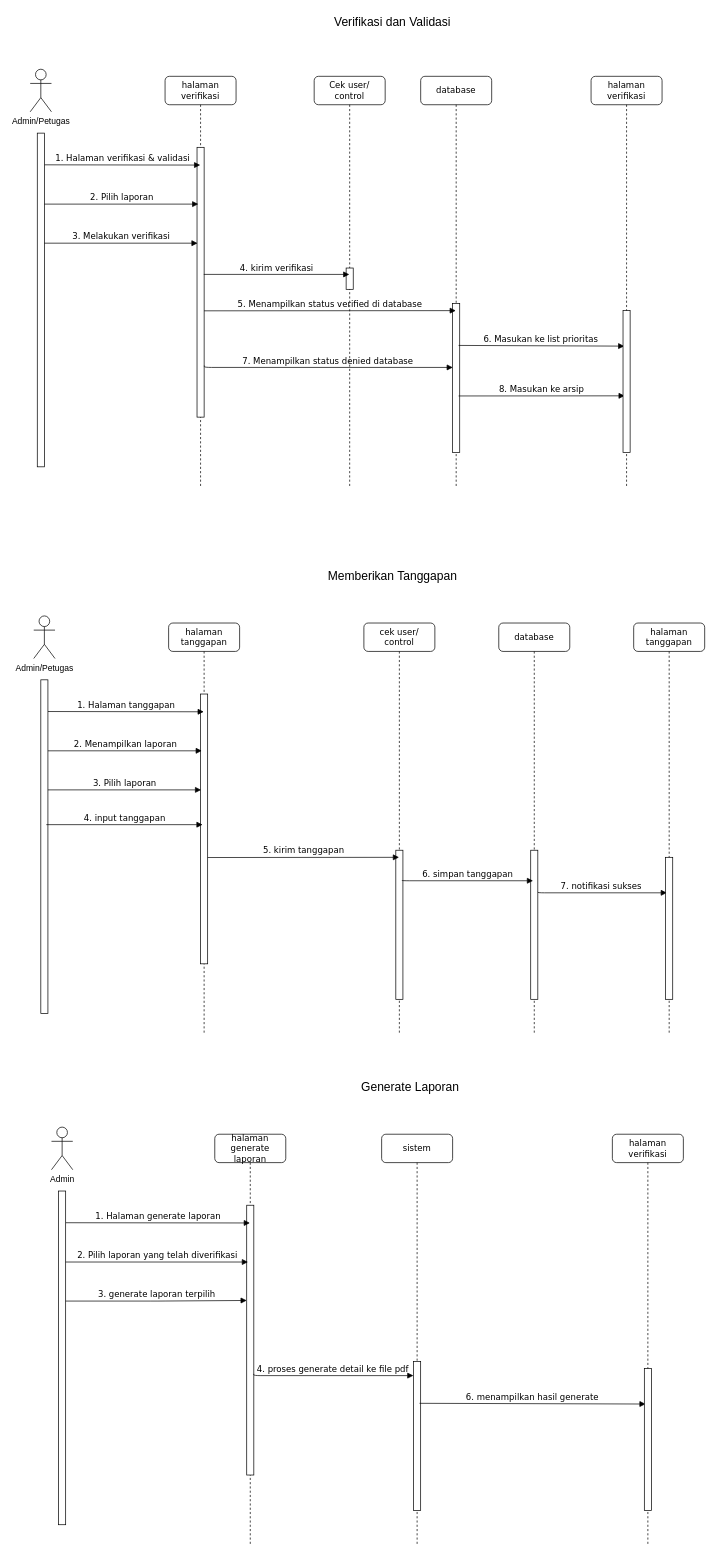
Mahklvk/laporanMasyarakatPreparation keeps this draw.io diagram as sequencee.drawio. Above is the earlier version. Source tidied: cells renumbered, new cells numbered last; positions are measured from the earlier drawing's top-left corner, leaving out a move shared by most shapes. Both pictures are drawn from the tidied source at 71%, with x=0, y=0 at pixel (30, 12).
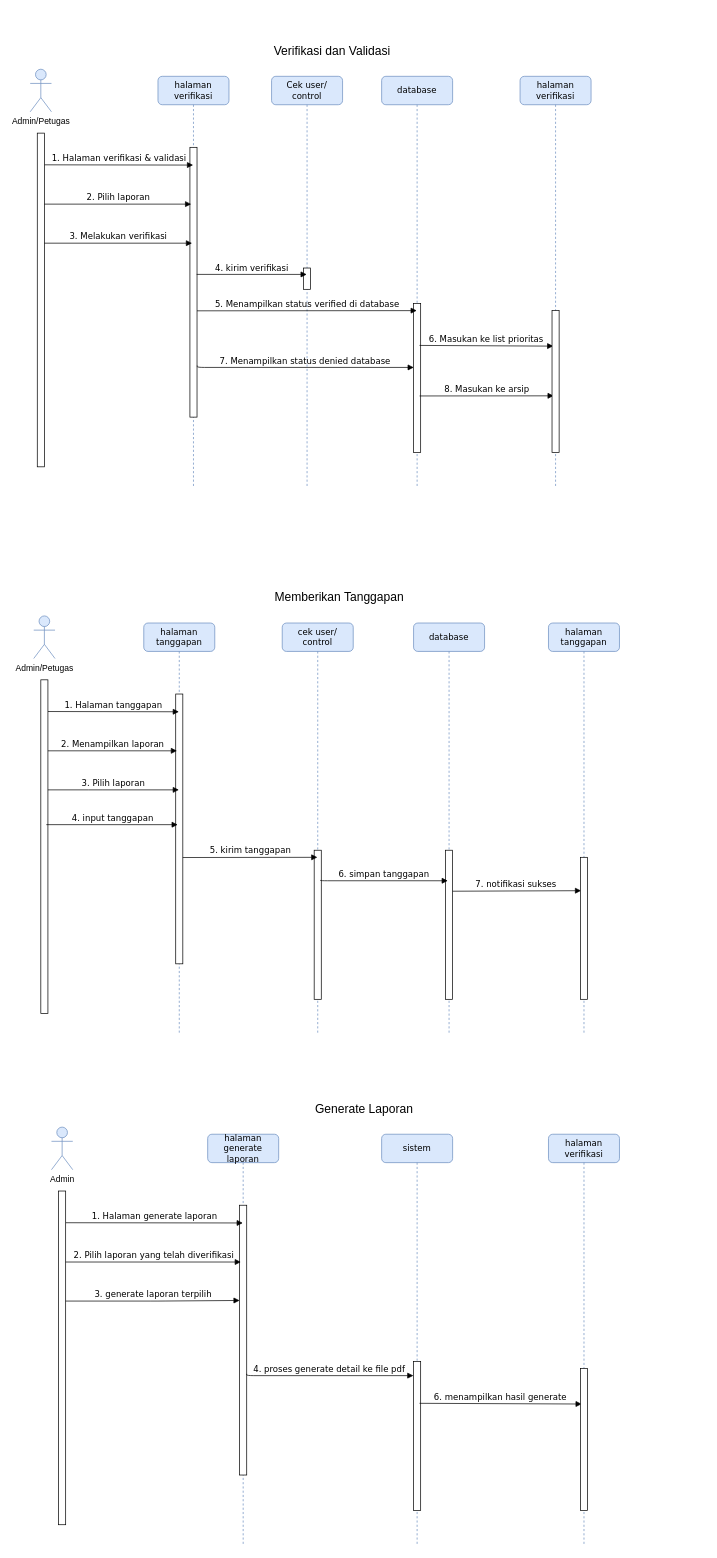
The same diagram, later.

The change refers to these unchanged cells:
```xml
<mxCell id="5" style="html=1;points=[];perimeter=orthogonalPerimeter;rounded=0;shadow=0;comic=0;labelBackgroundColor=none;strokeWidth=1;fontFamily=Verdana;fontSize=12;align=center;" parent="4" vertex="1">
  <mxGeometry x="45" y="320" width="10" height="210" as="geometry" />
</mxCell>
<mxCell id="7" style="html=1;points=[];perimeter=orthogonalPerimeter;rounded=0;shadow=0;comic=0;labelBackgroundColor=none;strokeWidth=1;fontFamily=Verdana;fontSize=12;align=center;" parent="6" vertex="1">
  <mxGeometry x="45" y="100" width="10" height="380" as="geometry" />
</mxCell>
<mxCell id="21" style="html=1;points=[];perimeter=orthogonalPerimeter;rounded=0;shadow=0;comic=0;labelBackgroundColor=none;strokeWidth=1;fontFamily=Verdana;fontSize=12;align=center;" parent="20" vertex="1">
  <mxGeometry x="45" y="330" width="10" height="200" as="geometry" />
</mxCell>
<mxCell id="25" style="html=1;points=[];perimeter=orthogonalPerimeter;rounded=0;shadow=0;comic=0;labelBackgroundColor=none;strokeWidth=1;fontFamily=Verdana;fontSize=12;align=center;" parent="24" vertex="1">
  <mxGeometry x="45" y="320" width="10" height="210" as="geometry" />
</mxCell>
<mxCell id="37" style="html=1;points=[];perimeter=orthogonalPerimeter;rounded=0;shadow=0;comic=0;labelBackgroundColor=none;strokeWidth=1;fontFamily=Verdana;fontSize=12;align=center;" parent="36" vertex="1">
  <mxGeometry x="45" y="330" width="10" height="200" as="geometry" />
</mxCell>
<mxCell id="40" style="html=1;points=[];perimeter=orthogonalPerimeter;rounded=0;shadow=0;comic=0;labelBackgroundColor=none;strokeWidth=1;fontFamily=Verdana;fontSize=12;align=center;" parent="39" vertex="1">
  <mxGeometry x="45" y="320" width="10" height="210" as="geometry" />
</mxCell>
<mxCell id="50" style="html=1;points=[];perimeter=orthogonalPerimeter;rounded=0;shadow=0;comic=0;labelBackgroundColor=none;strokeWidth=1;fontFamily=Verdana;fontSize=12;align=center;" parent="49" vertex="1">
  <mxGeometry x="45" y="330" width="10" height="200" as="geometry" />
</mxCell>
<mxCell id="52" style="html=1;points=[];perimeter=orthogonalPerimeter;rounded=0;shadow=0;comic=0;labelBackgroundColor=none;strokeWidth=1;fontFamily=Verdana;fontSize=12;align=center;" parent="51" vertex="1">
  <mxGeometry x="45" y="320" width="10" height="210" as="geometry" />
</mxCell>
```

What changed in the source:
```diff
@@
-    <mxCell id="2" value="Cek user/ control" style="shape=umlLifeline;perimeter=lifelinePerimeter;whiteSpace=wrap;html=1;outlineConnect=0;rounded=1;shadow=0;comic=0;labelBackgroundColor=none;strokeWidth=1;fontFamily=Verdana;fontSize=12;align=center;" parent="1" vertex="1">
-      <mxGeometry x="400" y="90" width="100" height="580" as="geometry" />
+    <mxCell id="2" value="Cek user/ control" style="shape=umlLifeline;perimeter=lifelinePerimeter;whiteSpace=wrap;html=1;outlineConnect=0;rounded=1;shadow=0;comic=0;labelBackgroundColor=none;strokeWidth=1;fontFamily=Verdana;fontSize=12;align=center;fillColor=#dae8fc;strokeColor=#6c8ebf;" parent="1" vertex="1">
+      <mxGeometry x="340" y="90" width="100" height="580" as="geometry" />
     </mxCell>
@@
-    <mxCell id="4" value="database" style="shape=umlLifeline;perimeter=lifelinePerimeter;whiteSpace=wrap;html=1;outlineConnect=0;rounded=1;shadow=0;comic=0;labelBackgroundColor=none;strokeWidth=1;fontFamily=Verdana;fontSize=12;align=center;" parent="1" vertex="1">
-      <mxGeometry x="550" y="90" width="100" height="580" as="geometry" />
+    <mxCell id="4" value="database" style="shape=umlLifeline;perimeter=lifelinePerimeter;whiteSpace=wrap;html=1;outlineConnect=0;rounded=1;shadow=0;comic=0;labelBackgroundColor=none;strokeWidth=1;fontFamily=Verdana;fontSize=12;align=center;fillColor=#dae8fc;strokeColor=#6c8ebf;" parent="1" vertex="1">
+      <mxGeometry x="495" y="90" width="100" height="580" as="geometry" />
     </mxCell>
@@
-    <mxCell id="6" value="halaman verifikasi" style="shape=umlLifeline;perimeter=lifelinePerimeter;whiteSpace=wrap;html=1;outlineConnect=0;rounded=1;shadow=0;comic=0;labelBackgroundColor=none;strokeWidth=1;fontFamily=Verdana;fontSize=12;align=center;" parent="1" vertex="1">
-      <mxGeometry x="190" y="90" width="100" height="580" as="geometry" />
+    <mxCell id="6" value="halaman verifikasi" style="shape=umlLifeline;perimeter=lifelinePerimeter;whiteSpace=wrap;html=1;outlineConnect=0;rounded=1;shadow=0;comic=0;labelBackgroundColor=none;strokeWidth=1;fontFamily=Verdana;fontSize=12;align=center;fillColor=#dae8fc;strokeColor=#6c8ebf;" parent="1" vertex="1">
+      <mxGeometry x="180" y="90" width="100" height="580" as="geometry" />
     </mxCell>
@@
-    <mxCell id="9" value="Admin/Petugas" style="shape=umlActor;verticalLabelPosition=bottom;verticalAlign=top;html=1;" parent="1" vertex="1">
+    <mxCell id="9" value="Admin/Petugas" style="shape=umlActor;verticalLabelPosition=bottom;verticalAlign=top;html=1;fillColor=#dae8fc;strokeColor=#6c8ebf;" parent="1" vertex="1">
       <mxGeometry y="80" width="30" height="60" as="geometry" />
     </mxCell>
@@
     <mxCell id="13" value="&lt;span style=&quot;font-size: 17px;&quot;&gt;Verifikasi dan Validasi&lt;/span&gt;" style="text;html=1;align=center;verticalAlign=middle;strokeColor=none;fillColor=none;" parent="1" vertex="1">
-      <mxGeometry x="415" width="190" height="30" as="geometry" />
+      <mxGeometry x="330" y="40" width="190" height="30" as="geometry" />
     </mxCell>
-    <mxCell id="14" value="3. Melakukan verifikasi" style="html=1;verticalAlign=bottom;endArrow=block;labelBackgroundColor=none;fontFamily=Verdana;fontSize=12;edgeStyle=elbowEdgeStyle;elbow=vertical;exitX=1.033;exitY=0.423;exitDx=0;exitDy=0;exitPerimeter=0;entryX=0.117;entryY=0.471;entryDx=0;entryDy=0;entryPerimeter=0;" parent="1" edge="1">
+    <mxCell id="14" value="3. Melakukan verifikasi" style="html=1;verticalAlign=bottom;endArrow=block;labelBackgroundColor=none;fontFamily=Verdana;fontSize=12;edgeStyle=elbowEdgeStyle;elbow=vertical;exitX=1.033;exitY=0.423;exitDx=0;exitDy=0;exitPerimeter=0;entryX=0.3;entryY=0.355;entryDx=0;entryDy=0;entryPerimeter=0;" parent="1" edge="1" target="7">
       <mxGeometry relative="1" as="geometry">
         <mxPoint x="20" y="325" as="sourcePoint" />
-        <mxPoint x="235.8" y="325.2" as="targetPoint" />
       </mxGeometry>
     </mxCell>
@@
     <mxCell id="18" value="6. Masukan ke list prioritas" style="html=1;verticalAlign=bottom;endArrow=block;labelBackgroundColor=none;fontFamily=Verdana;fontSize=12;edgeStyle=elbowEdgeStyle;elbow=vertical;exitX=0.841;exitY=0.281;exitDx=0;exitDy=0;exitPerimeter=0;entryX=0.178;entryY=0.251;entryDx=0;entryDy=0;entryPerimeter=0;" parent="1" edge="1" source="5" target="21">
-      <mxGeometry relative="1" as="geometry">
-        <Array as="points">
-          <mxPoint x="830" y="470" />
-        </Array>
-      </mxGeometry>
+      <mxGeometry relative="1" as="geometry" />
     </mxCell>
@@
-    <mxCell id="20" value="halaman verifikasi" style="shape=umlLifeline;perimeter=lifelinePerimeter;whiteSpace=wrap;html=1;rounded=1;shadow=0;comic=0;labelBackgroundColor=none;strokeWidth=1;fontFamily=Verdana;fontSize=12;align=center;" parent="1" vertex="1">
-      <mxGeometry x="790" y="90" width="100" height="580" as="geometry" />
+    <mxCell id="20" value="halaman verifikasi" style="shape=umlLifeline;perimeter=lifelinePerimeter;whiteSpace=wrap;html=1;rounded=1;shadow=0;comic=0;labelBackgroundColor=none;strokeWidth=1;fontFamily=Verdana;fontSize=12;align=center;fillColor=#dae8fc;strokeColor=#6c8ebf;" parent="1" vertex="1">
+      <mxGeometry x="690" y="90" width="100" height="580" as="geometry" />
     </mxCell>
@@
     <mxCell id="23" value="&lt;span style=&quot;font-size: 17px;&quot;&gt;Memberikan Tanggapan&lt;/span&gt;" style="text;html=1;align=center;verticalAlign=middle;strokeColor=none;fillColor=none;" parent="1" vertex="1">
-      <mxGeometry x="405" y="780" width="210" height="30" as="geometry" />
+      <mxGeometry x="330" y="810" width="210" height="30" as="geometry" />
     </mxCell>
-    <mxCell id="24" value="cek user/ control" style="shape=umlLifeline;perimeter=lifelinePerimeter;whiteSpace=wrap;html=1;outlineConnect=0;rounded=1;shadow=0;comic=0;labelBackgroundColor=none;strokeWidth=1;fontFamily=Verdana;fontSize=12;align=center;" parent="1" vertex="1">
-      <mxGeometry x="470" y="860" width="100" height="580" as="geometry" />
+    <mxCell id="24" value="cek user/ control" style="shape=umlLifeline;perimeter=lifelinePerimeter;whiteSpace=wrap;html=1;outlineConnect=0;rounded=1;shadow=0;comic=0;labelBackgroundColor=none;strokeWidth=1;fontFamily=Verdana;fontSize=12;align=center;fillColor=#dae8fc;strokeColor=#6c8ebf;" parent="1" vertex="1">
+      <mxGeometry x="355" y="860" width="100" height="580" as="geometry" />
     </mxCell>
@@
-    <mxCell id="26" value="halaman tanggapan" style="shape=umlLifeline;perimeter=lifelinePerimeter;whiteSpace=wrap;html=1;outlineConnect=0;rounded=1;shadow=0;comic=0;labelBackgroundColor=none;strokeWidth=1;fontFamily=Verdana;fontSize=12;align=center;" parent="1" vertex="1">
-      <mxGeometry x="195" y="860" width="100" height="580" as="geometry" />
+    <mxCell id="26" value="halaman tanggapan" style="shape=umlLifeline;perimeter=lifelinePerimeter;whiteSpace=wrap;html=1;outlineConnect=0;rounded=1;shadow=0;comic=0;labelBackgroundColor=none;strokeWidth=1;fontFamily=Verdana;fontSize=12;align=center;fillColor=#dae8fc;strokeColor=#6c8ebf;" parent="1" vertex="1">
+      <mxGeometry x="160" y="860" width="100" height="580" as="geometry" />
     </mxCell>
@@
-    <mxCell id="29" value="Admin/Petugas" style="shape=umlActor;verticalLabelPosition=bottom;verticalAlign=top;html=1;" parent="1" vertex="1">
+    <mxCell id="29" value="Admin/Petugas" style="shape=umlActor;verticalLabelPosition=bottom;verticalAlign=top;html=1;fillColor=#dae8fc;strokeColor=#6c8ebf;" parent="1" vertex="1">
       <mxGeometry x="5" y="850" width="30" height="60" as="geometry" />
     </mxCell>
@@
-    <mxCell id="33" value="3. Pilih laporan" style="html=1;verticalAlign=bottom;endArrow=block;labelBackgroundColor=none;fontFamily=Verdana;fontSize=12;edgeStyle=elbowEdgeStyle;elbow=vertical;exitX=1.033;exitY=0.423;exitDx=0;exitDy=0;exitPerimeter=0;entryX=0.117;entryY=0.471;entryDx=0;entryDy=0;entryPerimeter=0;" parent="1" edge="1">
+    <mxCell id="33" value="3. Pilih laporan" style="html=1;verticalAlign=bottom;endArrow=block;labelBackgroundColor=none;fontFamily=Verdana;fontSize=12;edgeStyle=elbowEdgeStyle;elbow=vertical;exitX=1.033;exitY=0.423;exitDx=0;exitDy=0;exitPerimeter=0;" parent="1" edge="1" target="26">
       <mxGeometry relative="1" as="geometry">
         <mxPoint x="25" y="1095" as="sourcePoint" />
-        <mxPoint x="240.8" y="1095.2" as="targetPoint" />
       </mxGeometry>
     </mxCell>
-    <mxCell id="34" value="7. notifikasi sukses" style="html=1;verticalAlign=bottom;endArrow=block;labelBackgroundColor=none;fontFamily=Verdana;fontSize=12;edgeStyle=elbowEdgeStyle;elbow=vertical;exitX=0.924;exitY=0.275;exitDx=0;exitDy=0;exitPerimeter=0;entryX=0.178;entryY=0.251;entryDx=0;entryDy=0;entryPerimeter=0;" parent="1" edge="1" source="52" target="37">
-      <mxGeometry relative="1" as="geometry">
-        <Array as="points">
-          <mxPoint x="835" y="1240" />
-        </Array>
-      </mxGeometry>
+    <mxCell id="34" value="7. notifikasi sukses" style="html=1;verticalAlign=bottom;endArrow=block;labelBackgroundColor=none;fontFamily=Verdana;fontSize=12;edgeStyle=elbowEdgeStyle;elbow=vertical;exitX=0.924;exitY=0.275;exitDx=0;exitDy=0;exitPerimeter=0;entryX=0.096;entryY=0.233;entryDx=0;entryDy=0;entryPerimeter=0;" parent="1" edge="1" source="52" target="37">
+      <mxGeometry relative="1" as="geometry" />
     </mxCell>
@@
-    <mxCell id="36" value="halaman tanggapan" style="shape=umlLifeline;perimeter=lifelinePerimeter;whiteSpace=wrap;html=1;rounded=1;shadow=0;comic=0;labelBackgroundColor=none;strokeWidth=1;fontFamily=Verdana;fontSize=12;align=center;" parent="1" vertex="1">
-      <mxGeometry x="850" y="860" width="100" height="580" as="geometry" />
+    <mxCell id="36" value="halaman tanggapan" style="shape=umlLifeline;perimeter=lifelinePerimeter;whiteSpace=wrap;html=1;rounded=1;shadow=0;comic=0;labelBackgroundColor=none;strokeWidth=1;fontFamily=Verdana;fontSize=12;align=center;fillColor=#dae8fc;strokeColor=#6c8ebf;" parent="1" vertex="1">
+      <mxGeometry x="730" y="860" width="100" height="580" as="geometry" />
     </mxCell>
@@
     <mxCell id="38" value="&lt;span style=&quot;font-size: 17px;&quot;&gt;Generate Laporan&lt;/span&gt;" style="text;html=1;align=center;verticalAlign=middle;strokeColor=none;fillColor=none;" parent="1" vertex="1">
-      <mxGeometry x="455" y="1500" width="160" height="30" as="geometry" />
+      <mxGeometry x="390" y="1530" width="160" height="30" as="geometry" />
     </mxCell>
-    <mxCell id="39" value="sistem" style="shape=umlLifeline;perimeter=lifelinePerimeter;whiteSpace=wrap;html=1;rounded=1;shadow=0;comic=0;labelBackgroundColor=none;strokeWidth=1;fontFamily=Verdana;fontSize=12;align=center;" parent="1" vertex="1">
+    <mxCell id="39" value="sistem" style="shape=umlLifeline;perimeter=lifelinePerimeter;whiteSpace=wrap;html=1;rounded=1;shadow=0;comic=0;labelBackgroundColor=none;strokeWidth=1;fontFamily=Verdana;fontSize=12;align=center;fillColor=#dae8fc;strokeColor=#6c8ebf;" parent="1" vertex="1">
       <mxGeometry x="495" y="1580" width="100" height="580" as="geometry" />
     </mxCell>
@@
-    <mxCell id="41" value="halaman&lt;div&gt;generate laporan&lt;/div&gt;" style="shape=umlLifeline;perimeter=lifelinePerimeter;whiteSpace=wrap;html=1;outlineConnect=0;rounded=1;shadow=0;comic=0;labelBackgroundColor=none;strokeWidth=1;fontFamily=Verdana;fontSize=12;align=center;" parent="1" vertex="1">
-      <mxGeometry x="260" y="1580" width="100" height="580" as="geometry" />
+    <mxCell id="41" value="halaman&lt;div&gt;generate laporan&lt;/div&gt;" style="shape=umlLifeline;perimeter=lifelinePerimeter;whiteSpace=wrap;html=1;outlineConnect=0;rounded=1;shadow=0;comic=0;labelBackgroundColor=none;strokeWidth=1;fontFamily=Verdana;fontSize=12;align=center;fillColor=#dae8fc;strokeColor=#6c8ebf;" parent="1" vertex="1">
+      <mxGeometry x="250" y="1580" width="100" height="580" as="geometry" />
     </mxCell>
@@
-    <mxCell id="44" value="Admin" style="shape=umlActor;verticalLabelPosition=bottom;verticalAlign=top;html=1;" parent="1" vertex="1">
+    <mxCell id="44" value="Admin" style="shape=umlActor;verticalLabelPosition=bottom;verticalAlign=top;html=1;fillColor=#dae8fc;strokeColor=#6c8ebf;" parent="1" vertex="1">
       <mxGeometry x="30" y="1570" width="30" height="60" as="geometry" />
     </mxCell>
@@
     <mxCell id="48" value="6. menampilkan hasil generate" style="html=1;verticalAlign=bottom;endArrow=block;labelBackgroundColor=none;fontFamily=Verdana;fontSize=12;edgeStyle=elbowEdgeStyle;elbow=vertical;exitX=0.841;exitY=0.281;exitDx=0;exitDy=0;exitPerimeter=0;entryX=0.178;entryY=0.251;entryDx=0;entryDy=0;entryPerimeter=0;" parent="1" edge="1" source="40" target="50">
-      <mxGeometry relative="1" as="geometry">
-        <Array as="points">
-          <mxPoint x="860" y="1960" />
-        </Array>
-      </mxGeometry>
+      <mxGeometry relative="1" as="geometry" />
     </mxCell>
-    <mxCell id="49" value="halaman verifikasi" style="shape=umlLifeline;perimeter=lifelinePerimeter;whiteSpace=wrap;html=1;rounded=1;shadow=0;comic=0;labelBackgroundColor=none;strokeWidth=1;fontFamily=Verdana;fontSize=12;align=center;" parent="1" vertex="1">
-      <mxGeometry x="820" y="1580" width="100" height="580" as="geometry" />
+    <mxCell id="49" value="halaman verifikasi" style="shape=umlLifeline;perimeter=lifelinePerimeter;whiteSpace=wrap;html=1;rounded=1;shadow=0;comic=0;labelBackgroundColor=none;strokeWidth=1;fontFamily=Verdana;fontSize=12;align=center;fillColor=#dae8fc;strokeColor=#6c8ebf;" parent="1" vertex="1">
+      <mxGeometry x="730" y="1580" width="100" height="580" as="geometry" />
     </mxCell>
@@
-    <mxCell id="51" value="database" style="shape=umlLifeline;perimeter=lifelinePerimeter;whiteSpace=wrap;html=1;rounded=1;shadow=0;comic=0;labelBackgroundColor=none;strokeWidth=1;fontFamily=Verdana;fontSize=12;align=center;" parent="1" vertex="1">
-      <mxGeometry x="660" y="860" width="100" height="580" as="geometry" />
+    <mxCell id="51" value="database" style="shape=umlLifeline;perimeter=lifelinePerimeter;whiteSpace=wrap;html=1;rounded=1;shadow=0;comic=0;labelBackgroundColor=none;strokeWidth=1;fontFamily=Verdana;fontSize=12;align=center;fillColor=#dae8fc;strokeColor=#6c8ebf;" parent="1" vertex="1">
+      <mxGeometry x="540" y="860" width="100" height="580" as="geometry" />
     </mxCell>
@@
     <mxCell id="53" value="6. simpan tanggapan" style="html=1;verticalAlign=bottom;endArrow=block;labelBackgroundColor=none;fontFamily=Verdana;fontSize=12;edgeStyle=elbowEdgeStyle;elbow=vertical;entryX=0.326;entryY=0.207;entryDx=0;entryDy=0;entryPerimeter=0;exitX=0.891;exitY=0.2;exitDx=0;exitDy=0;exitPerimeter=0;" parent="1" edge="1" source="25" target="52">
-      <mxGeometry relative="1" as="geometry">
-        <Array as="points">
-          <mxPoint x="620" y="1223" />
-        </Array>
-      </mxGeometry>
+      <mxGeometry relative="1" as="geometry" />
     </mxCell>
```
